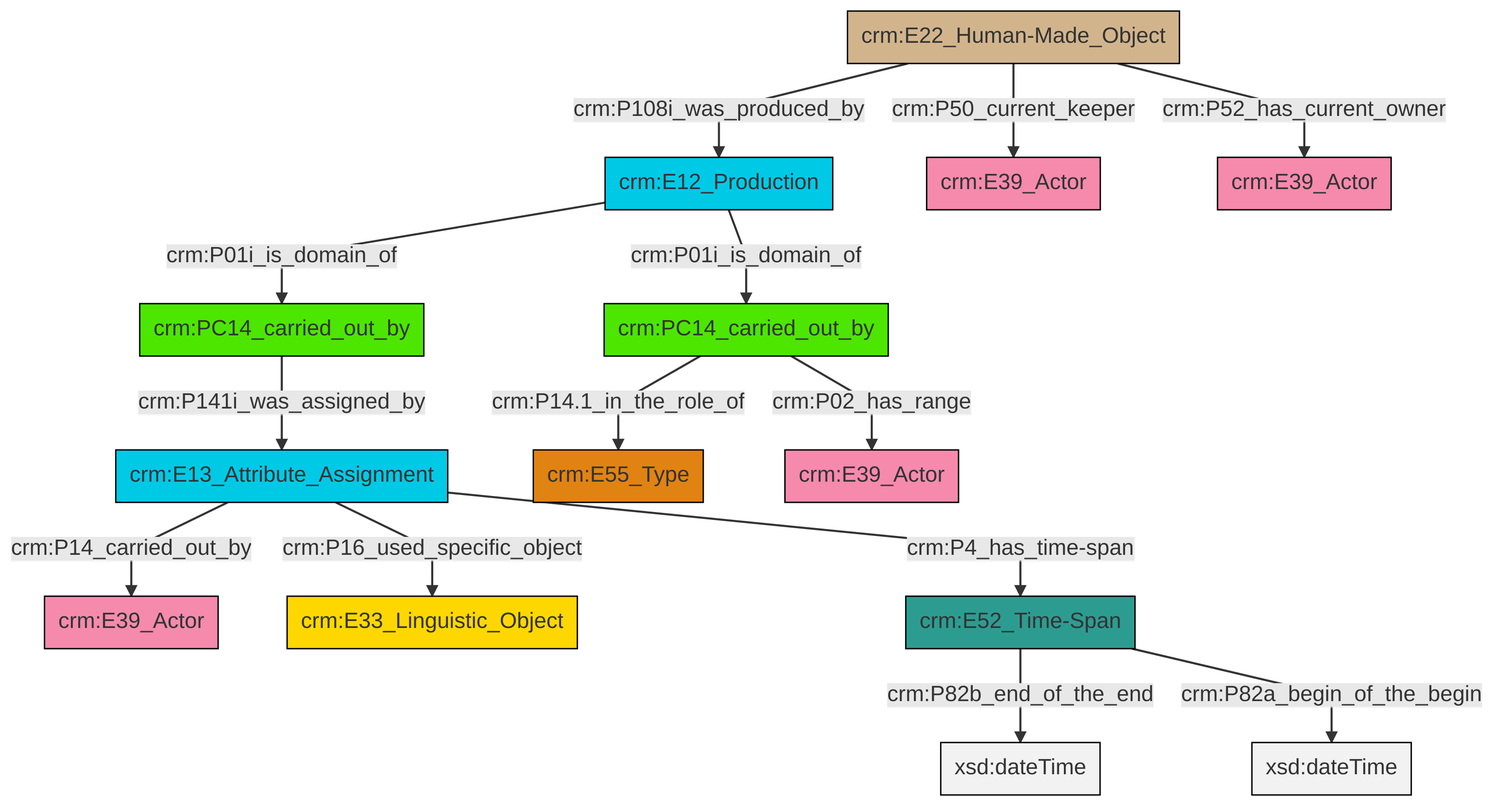
The Mermaid diagram et/carrierCSV/ttl/mmd/png/carrier_relations.png in swiss-art-research-net/docs.swissartresearch, before a commit. Its source is kept beside it as et/carrierCSV/ttl/mmd/carrier_relations.ttl.mmd.
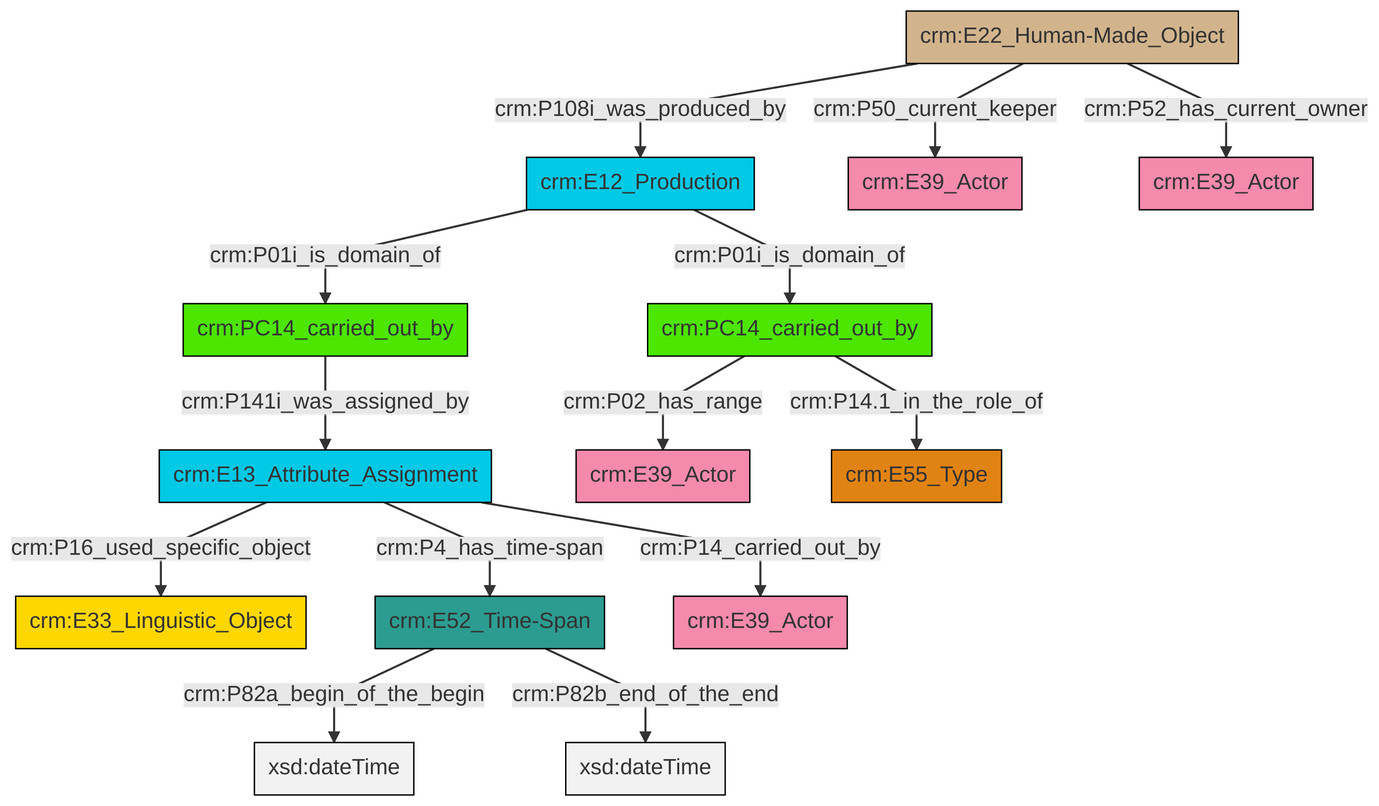
Above is the later version.

What changed in the source:
```diff
@@ -13,16 +13,16 @@
 classDef PC_Classes fill:#4ce600, stroke:#000000;
 classDef Multi fill:#cccccc,stroke:#000000;
 
-0["crm:E12_Production"]:::Temporal_Entity -->|crm:P01i_is_domain_of| 1["crm:PC14_carried_out_by"]:::PC_Classes
-2["crm:E22_Human-Made_Object"]:::Physical_Thing -->|crm:P108i_was_produced_by| 0["crm:E12_Production"]:::Temporal_Entity
-5["crm:E52_Time-Span"]:::Time-Span -->|crm:P82b_end_of_the_end| 6[xsd:dateTime]:::Literal
-2["crm:E22_Human-Made_Object"]:::Physical_Thing -->|crm:P50_current_keeper| 7["crm:E39_Actor"]:::Actor
-8["crm:E13_Attribute_Assignment"]:::Temporal_Entity -->|crm:P14_carried_out_by| 9["crm:E39_Actor"]:::Actor
-10["crm:PC14_carried_out_by"]:::PC_Classes -->|crm:P14.1_in_the_role_of| 11["crm:E55_Type"]:::Type
-0["crm:E12_Production"]:::Temporal_Entity -->|crm:P01i_is_domain_of| 10["crm:PC14_carried_out_by"]:::PC_Classes
-2["crm:E22_Human-Made_Object"]:::Physical_Thing -->|crm:P52_has_current_owner| 12["crm:E39_Actor"]:::Actor
-1["crm:PC14_carried_out_by"]:::PC_Classes -->|crm:P141i_was_assigned_by| 8["crm:E13_Attribute_Assignment"]:::Temporal_Entity
-10["crm:PC14_carried_out_by"]:::PC_Classes -->|crm:P02_has_range| 3["crm:E39_Actor"]:::Actor
-5["crm:E52_Time-Span"]:::Time-Span -->|crm:P82a_begin_of_the_begin| 20[xsd:dateTime]:::Literal
-8["crm:E13_Attribute_Assignment"]:::Temporal_Entity -->|crm:P16_used_specific_object| 13["crm:E33_Linguistic_Object"]:::Conceptual_Object
-8["crm:E13_Attribute_Assignment"]:::Temporal_Entity -->|crm:P4_has_time-span| 5["crm:E52_Time-Span"]:::Time-Span
+6["crm:E13_Attribute_Assignment"]:::Temporal_Entity -->|crm:P16_used_specific_object| 0["crm:E33_Linguistic_Object"]:::Conceptual_Object
+2["crm:E52_Time-Span"]:::Time-Span -->|crm:P82a_begin_of_the_begin| 7[xsd:dateTime]:::Literal
+10["crm:PC14_carried_out_by"]:::PC_Classes -->|crm:P141i_was_assigned_by| 6["crm:E13_Attribute_Assignment"]:::Temporal_Entity
+2["crm:E52_Time-Span"]:::Time-Span -->|crm:P82b_end_of_the_end| 11[xsd:dateTime]:::Literal
+8["crm:PC14_carried_out_by"]:::PC_Classes -->|crm:P02_has_range| 14["crm:E39_Actor"]:::Actor
+8["crm:PC14_carried_out_by"]:::PC_Classes -->|crm:P14.1_in_the_role_of| 17["crm:E55_Type"]:::Type
+15["crm:E22_Human-Made_Object"]:::Physical_Thing -->|crm:P108i_was_produced_by| 4["crm:E12_Production"]:::Temporal_Entity
+15["crm:E22_Human-Made_Object"]:::Physical_Thing -->|crm:P52_has_current_owner| 20["crm:E39_Actor"]:::Actor
+4["crm:E12_Production"]:::Temporal_Entity -->|crm:P01i_is_domain_of| 8["crm:PC14_carried_out_by"]:::PC_Classes
+6["crm:E13_Attribute_Assignment"]:::Temporal_Entity -->|crm:P14_carried_out_by| 12["crm:E39_Actor"]:::Actor
+6["crm:E13_Attribute_Assignment"]:::Temporal_Entity -->|crm:P4_has_time-span| 2["crm:E52_Time-Span"]:::Time-Span
+15["crm:E22_Human-Made_Object"]:::Physical_Thing -->|crm:P50_current_keeper| 18["crm:E39_Actor"]:::Actor
+4["crm:E12_Production"]:::Temporal_Entity -->|crm:P01i_is_domain_of| 10["crm:PC14_carried_out_by"]:::PC_Classes
```
